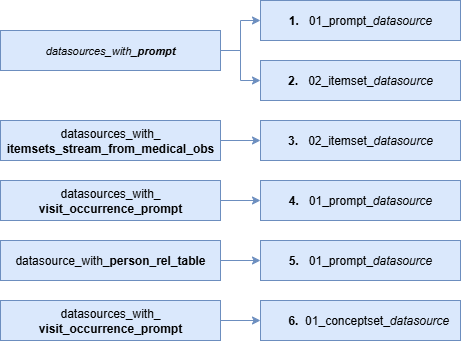
Before: instruction_v3/parameters.png, a diagram exported from draw.io (ARS-toscana/ConcePTIONAlgorithmPregnancies). Source tidied: cells renumbered, new cells last; positions are measured from the earlier drawing's top-left corner, leaving out a move shared by most shapes. Source of this version:
```xml
<mxGraphModel>
  <root>
    <mxCell id="0" />
    <mxCell id="1" parent="0" />
    <mxCell id="2" style="edgeStyle=orthogonalEdgeStyle;rounded=0;jettySize=auto;html=1;entryX=0;entryY=0.5;entryDx=0;entryDy=0;fillColor=#dae8fc;strokeColor=#6c8ebf;" parent="1" edge="1" source="4" target="5">
      <mxGeometry relative="1" as="geometry" />
    </mxCell>
    <mxCell id="3" style="edgeStyle=orthogonalEdgeStyle;rounded=0;jettySize=auto;html=1;exitX=1;exitY=0.5;exitDx=0;exitDy=0;entryX=0;entryY=0.5;entryDx=0;entryDy=0;fillColor=#dae8fc;strokeColor=#6c8ebf;" parent="1" edge="1" source="4" target="6">
      <mxGeometry relative="1" as="geometry" />
    </mxCell>
    <mxCell id="4" value="&lt;div&gt;&lt;i style=&quot;background-color: transparent; color: light-dark(rgb(0, 0, 0), rgb(255, 255, 255));&quot;&gt;&lt;font style=&quot;font-size: 11px;&quot;&gt;datasources_with_&lt;b&gt;prompt&lt;/b&gt;&lt;/font&gt;&lt;/i&gt;&lt;/div&gt;" style="rounded=0;whiteSpace=wrap;html=1;fillColor=#dae8fc;strokeColor=#6c8ebf;" parent="1" vertex="1">
      <mxGeometry y="30" width="220" height="40" as="geometry" />
    </mxCell>
    <mxCell id="5" value="&lt;b&gt;1.&lt;/b&gt;&amp;nbsp; &amp;nbsp;01_prompt_&lt;i&gt;datasource&lt;/i&gt;" style="rounded=0;whiteSpace=wrap;html=1;fillColor=#dae8fc;strokeColor=#6c8ebf;" parent="1" vertex="1">
      <mxGeometry x="260" width="200" height="40" as="geometry" />
    </mxCell>
    <mxCell id="6" value="&lt;b&gt;2.&lt;/b&gt;&amp;nbsp; &amp;nbsp;02_itemset_&lt;i&gt;datasource&lt;/i&gt;" style="rounded=0;whiteSpace=wrap;html=1;fillColor=#dae8fc;strokeColor=#6c8ebf;" parent="1" vertex="1">
      <mxGeometry x="260" y="60" width="200" height="40" as="geometry" />
    </mxCell>
    <mxCell id="7" style="edgeStyle=orthogonalEdgeStyle;rounded=0;jettySize=auto;html=1;entryX=0;entryY=0.5;entryDx=0;entryDy=0;fillColor=#dae8fc;strokeColor=#6c8ebf;" parent="1" edge="1" source="8" target="9">
      <mxGeometry relative="1" as="geometry" />
    </mxCell>
    <mxCell id="8" value="&lt;div&gt;datasources_with_&lt;/div&gt;&lt;div&gt;&lt;b&gt;itemsets_stream_from_medical_obs&lt;/b&gt;&lt;/div&gt;" style="rounded=0;whiteSpace=wrap;html=1;fillColor=#dae8fc;strokeColor=#6c8ebf;" parent="1" vertex="1">
      <mxGeometry y="120" width="220" height="40" as="geometry" />
    </mxCell>
    <mxCell id="9" value="&lt;b&gt;3.&lt;/b&gt;&amp;nbsp; &amp;nbsp;02_itemset_&lt;i&gt;datasource&lt;/i&gt;" style="rounded=0;whiteSpace=wrap;html=1;fillColor=#dae8fc;strokeColor=#6c8ebf;" parent="1" vertex="1">
      <mxGeometry x="260" y="120" width="200" height="40" as="geometry" />
    </mxCell>
    <mxCell id="10" style="edgeStyle=orthogonalEdgeStyle;rounded=0;jettySize=auto;html=1;entryX=0;entryY=0.5;entryDx=0;entryDy=0;fillColor=#dae8fc;strokeColor=#6c8ebf;" parent="1" edge="1" source="11" target="12">
      <mxGeometry relative="1" as="geometry" />
    </mxCell>
    <mxCell id="11" value="&lt;div&gt;datasources_with_&lt;/div&gt;&lt;div&gt;&lt;b&gt;visit_occurrence_prompt&lt;/b&gt;&lt;/div&gt;" style="rounded=0;whiteSpace=wrap;html=1;fillColor=#dae8fc;strokeColor=#6c8ebf;" parent="1" vertex="1">
      <mxGeometry y="180" width="220" height="40" as="geometry" />
    </mxCell>
    <mxCell id="12" value="&lt;b&gt;4.&amp;nbsp;&lt;/b&gt; &amp;nbsp;01_prompt_&lt;i&gt;datasource&lt;/i&gt;" style="rounded=0;whiteSpace=wrap;html=1;fillColor=#dae8fc;strokeColor=#6c8ebf;" parent="1" vertex="1">
      <mxGeometry x="260" y="180" width="200" height="40" as="geometry" />
    </mxCell>
    <mxCell id="13" style="edgeStyle=orthogonalEdgeStyle;rounded=0;jettySize=auto;html=1;entryX=0;entryY=0.5;entryDx=0;entryDy=0;fillColor=#dae8fc;strokeColor=#6c8ebf;" parent="1" edge="1" source="14" target="15">
      <mxGeometry relative="1" as="geometry" />
    </mxCell>
    <mxCell id="14" value="datasource_with_&lt;b style=&quot;background-color: transparent; color: light-dark(rgb(0, 0, 0), rgb(255, 255, 255));&quot;&gt;person_rel_table&lt;/b&gt;" style="rounded=0;whiteSpace=wrap;html=1;fillColor=#dae8fc;strokeColor=#6c8ebf;" parent="1" vertex="1">
      <mxGeometry y="240" width="220" height="40" as="geometry" />
    </mxCell>
    <mxCell id="15" value="&lt;b&gt;5.&amp;nbsp;&lt;/b&gt; &amp;nbsp;01_prompt_&lt;i&gt;datasource&lt;/i&gt;" style="rounded=0;whiteSpace=wrap;html=1;fillColor=#dae8fc;strokeColor=#6c8ebf;" parent="1" vertex="1">
      <mxGeometry x="260" y="240" width="200" height="40" as="geometry" />
    </mxCell>
    <mxCell id="16" style="edgeStyle=orthogonalEdgeStyle;rounded=0;jettySize=auto;html=1;entryX=0;entryY=0.5;entryDx=0;entryDy=0;fillColor=#dae8fc;strokeColor=#6c8ebf;" parent="1" edge="1" source="17" target="18">
      <mxGeometry relative="1" as="geometry" />
    </mxCell>
    <mxCell id="17" value="&lt;div&gt;datasources_with_&lt;/div&gt;&lt;div&gt;&lt;b&gt;visit_occurrence_prompt&lt;/b&gt;&lt;/div&gt;" style="rounded=0;whiteSpace=wrap;html=1;fillColor=#dae8fc;strokeColor=#6c8ebf;" parent="1" vertex="1">
      <mxGeometry y="300" width="220" height="40" as="geometry" />
    </mxCell>
    <mxCell id="18" value="&lt;b&gt;&amp;nbsp; &amp;nbsp; &amp;nbsp;6.&amp;nbsp;&lt;/b&gt;&amp;nbsp;01_conceptset_&lt;i&gt;datasource&lt;/i&gt;" style="rounded=0;whiteSpace=wrap;html=1;fillColor=#dae8fc;strokeColor=#6c8ebf;" parent="1" vertex="1">
      <mxGeometry x="260" y="300" width="200" height="40" as="geometry" />
    </mxCell>
  </root>
</mxGraphModel>
```
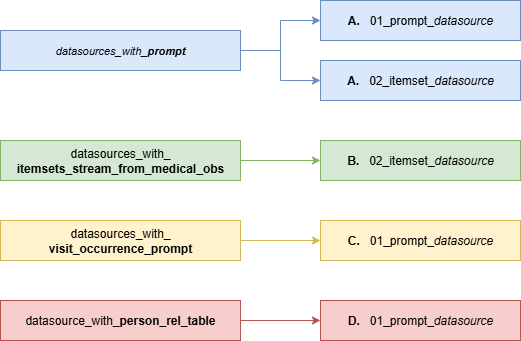
After the change.

The edit, as a diff of the source:
```diff
@@ -9,49 +9,40 @@
       <mxGeometry relative="1" as="geometry" />
     </mxCell>
     <mxCell id="4" value="&lt;div&gt;&lt;i style=&quot;background-color: transparent; color: light-dark(rgb(0, 0, 0), rgb(255, 255, 255));&quot;&gt;&lt;font style=&quot;font-size: 11px;&quot;&gt;datasources_with_&lt;b&gt;prompt&lt;/b&gt;&lt;/font&gt;&lt;/i&gt;&lt;/div&gt;" style="rounded=0;whiteSpace=wrap;html=1;fillColor=#dae8fc;strokeColor=#6c8ebf;" parent="1" vertex="1">
-      <mxGeometry y="30" width="220" height="40" as="geometry" />
+      <mxGeometry x="-20" y="30" width="240" height="40" as="geometry" />
     </mxCell>
-    <mxCell id="5" value="&lt;b&gt;1.&lt;/b&gt;&amp;nbsp; &amp;nbsp;01_prompt_&lt;i&gt;datasource&lt;/i&gt;" style="rounded=0;whiteSpace=wrap;html=1;fillColor=#dae8fc;strokeColor=#6c8ebf;" parent="1" vertex="1">
-      <mxGeometry x="260" width="200" height="40" as="geometry" />
+    <mxCell id="5" value="&lt;b&gt;A.&lt;/b&gt;&amp;nbsp; &amp;nbsp;01_prompt_&lt;i&gt;datasource&lt;/i&gt;" style="rounded=0;whiteSpace=wrap;html=1;fillColor=#dae8fc;strokeColor=#6c8ebf;" parent="1" vertex="1">
+      <mxGeometry x="300" width="200" height="40" as="geometry" />
     </mxCell>
-    <mxCell id="6" value="&lt;b&gt;2.&lt;/b&gt;&amp;nbsp; &amp;nbsp;02_itemset_&lt;i&gt;datasource&lt;/i&gt;" style="rounded=0;whiteSpace=wrap;html=1;fillColor=#dae8fc;strokeColor=#6c8ebf;" parent="1" vertex="1">
-      <mxGeometry x="260" y="60" width="200" height="40" as="geometry" />
+    <mxCell id="6" value="&lt;b&gt;A.&lt;/b&gt;&amp;nbsp; &amp;nbsp;02_itemset_&lt;i&gt;datasource&lt;/i&gt;" style="rounded=0;whiteSpace=wrap;html=1;fillColor=#dae8fc;strokeColor=#6c8ebf;" parent="1" vertex="1">
+      <mxGeometry x="300" y="60" width="200" height="40" as="geometry" />
     </mxCell>
-    <mxCell id="7" style="edgeStyle=orthogonalEdgeStyle;rounded=0;jettySize=auto;html=1;entryX=0;entryY=0.5;entryDx=0;entryDy=0;fillColor=#dae8fc;strokeColor=#6c8ebf;" parent="1" edge="1" source="8" target="9">
+    <mxCell id="7" style="edgeStyle=orthogonalEdgeStyle;rounded=0;jettySize=auto;html=1;entryX=0;entryY=0.5;entryDx=0;entryDy=0;fillColor=#d5e8d4;strokeColor=#82b366;" parent="1" edge="1" source="8" target="9">
       <mxGeometry relative="1" as="geometry" />
     </mxCell>
-    <mxCell id="8" value="&lt;div&gt;datasources_with_&lt;/div&gt;&lt;div&gt;&lt;b&gt;itemsets_stream_from_medical_obs&lt;/b&gt;&lt;/div&gt;" style="rounded=0;whiteSpace=wrap;html=1;fillColor=#dae8fc;strokeColor=#6c8ebf;" parent="1" vertex="1">
-      <mxGeometry y="120" width="220" height="40" as="geometry" />
+    <mxCell id="8" value="&lt;div&gt;datasources_with_&lt;/div&gt;&lt;div&gt;&lt;b&gt;itemsets_stream_from_medical_obs&lt;/b&gt;&lt;/div&gt;" style="rounded=0;whiteSpace=wrap;html=1;fillColor=#d5e8d4;strokeColor=#82b366;" parent="1" vertex="1">
+      <mxGeometry x="-20" y="140" width="240" height="40" as="geometry" />
     </mxCell>
-    <mxCell id="9" value="&lt;b&gt;3.&lt;/b&gt;&amp;nbsp; &amp;nbsp;02_itemset_&lt;i&gt;datasource&lt;/i&gt;" style="rounded=0;whiteSpace=wrap;html=1;fillColor=#dae8fc;strokeColor=#6c8ebf;" parent="1" vertex="1">
-      <mxGeometry x="260" y="120" width="200" height="40" as="geometry" />
+    <mxCell id="9" value="&lt;b&gt;B.&lt;/b&gt;&amp;nbsp; &amp;nbsp;02_itemset_&lt;i&gt;datasource&lt;/i&gt;" style="rounded=0;whiteSpace=wrap;html=1;fillColor=#d5e8d4;strokeColor=#82b366;" parent="1" vertex="1">
+      <mxGeometry x="300" y="140" width="200" height="40" as="geometry" />
     </mxCell>
-    <mxCell id="10" style="edgeStyle=orthogonalEdgeStyle;rounded=0;jettySize=auto;html=1;entryX=0;entryY=0.5;entryDx=0;entryDy=0;fillColor=#dae8fc;strokeColor=#6c8ebf;" parent="1" edge="1" source="11" target="12">
+    <mxCell id="10" style="edgeStyle=orthogonalEdgeStyle;rounded=0;jettySize=auto;html=1;entryX=0;entryY=0.5;entryDx=0;entryDy=0;fillColor=#fff2cc;strokeColor=#d6b656;" parent="1" edge="1" source="11" target="12">
       <mxGeometry relative="1" as="geometry" />
     </mxCell>
-    <mxCell id="11" value="&lt;div&gt;datasources_with_&lt;/div&gt;&lt;div&gt;&lt;b&gt;visit_occurrence_prompt&lt;/b&gt;&lt;/div&gt;" style="rounded=0;whiteSpace=wrap;html=1;fillColor=#dae8fc;strokeColor=#6c8ebf;" parent="1" vertex="1">
-      <mxGeometry y="180" width="220" height="40" as="geometry" />
+    <mxCell id="11" value="&lt;div&gt;datasources_with_&lt;/div&gt;&lt;div&gt;&lt;b&gt;visit_occurrence_prompt&lt;/b&gt;&lt;/div&gt;" style="rounded=0;whiteSpace=wrap;html=1;fillColor=#fff2cc;strokeColor=#d6b656;" parent="1" vertex="1">
+      <mxGeometry x="-20" y="220" width="240" height="40" as="geometry" />
     </mxCell>
-    <mxCell id="12" value="&lt;b&gt;4.&amp;nbsp;&lt;/b&gt; &amp;nbsp;01_prompt_&lt;i&gt;datasource&lt;/i&gt;" style="rounded=0;whiteSpace=wrap;html=1;fillColor=#dae8fc;strokeColor=#6c8ebf;" parent="1" vertex="1">
-      <mxGeometry x="260" y="180" width="200" height="40" as="geometry" />
+    <mxCell id="12" value="&lt;b&gt;C.&amp;nbsp;&lt;/b&gt; &amp;nbsp;01_prompt_&lt;i&gt;datasource&lt;/i&gt;" style="rounded=0;whiteSpace=wrap;html=1;fillColor=#fff2cc;strokeColor=#d6b656;" parent="1" vertex="1">
+      <mxGeometry x="300" y="220" width="200" height="40" as="geometry" />
     </mxCell>
-    <mxCell id="13" style="edgeStyle=orthogonalEdgeStyle;rounded=0;jettySize=auto;html=1;entryX=0;entryY=0.5;entryDx=0;entryDy=0;fillColor=#dae8fc;strokeColor=#6c8ebf;" parent="1" edge="1" source="14" target="15">
+    <mxCell id="13" style="edgeStyle=orthogonalEdgeStyle;rounded=0;jettySize=auto;html=1;entryX=0;entryY=0.5;entryDx=0;entryDy=0;fillColor=#f8cecc;strokeColor=#b85450;" parent="1" edge="1" source="14" target="15">
       <mxGeometry relative="1" as="geometry" />
     </mxCell>
-    <mxCell id="14" value="datasource_with_&lt;b style=&quot;background-color: transparent; color: light-dark(rgb(0, 0, 0), rgb(255, 255, 255));&quot;&gt;person_rel_table&lt;/b&gt;" style="rounded=0;whiteSpace=wrap;html=1;fillColor=#dae8fc;strokeColor=#6c8ebf;" parent="1" vertex="1">
-      <mxGeometry y="240" width="220" height="40" as="geometry" />
+    <mxCell id="14" value="datasource_with_&lt;b style=&quot;background-color: transparent; color: light-dark(rgb(0, 0, 0), rgb(255, 255, 255));&quot;&gt;person_rel_table&lt;/b&gt;" style="rounded=0;whiteSpace=wrap;html=1;fillColor=#f8cecc;strokeColor=#b85450;" parent="1" vertex="1">
+      <mxGeometry x="-20" y="300" width="240" height="40" as="geometry" />
     </mxCell>
-    <mxCell id="15" value="&lt;b&gt;5.&amp;nbsp;&lt;/b&gt; &amp;nbsp;01_prompt_&lt;i&gt;datasource&lt;/i&gt;" style="rounded=0;whiteSpace=wrap;html=1;fillColor=#dae8fc;strokeColor=#6c8ebf;" parent="1" vertex="1">
-      <mxGeometry x="260" y="240" width="200" height="40" as="geometry" />
+    <mxCell id="15" value="&lt;b&gt;D.&amp;nbsp;&lt;/b&gt; &amp;nbsp;01_prompt_&lt;i&gt;datasource&lt;/i&gt;" style="rounded=0;whiteSpace=wrap;html=1;fillColor=#f8cecc;strokeColor=#b85450;" parent="1" vertex="1">
+      <mxGeometry x="300" y="300" width="200" height="40" as="geometry" />
     </mxCell>
-    <mxCell id="16" style="edgeStyle=orthogonalEdgeStyle;rounded=0;jettySize=auto;html=1;entryX=0;entryY=0.5;entryDx=0;entryDy=0;fillColor=#dae8fc;strokeColor=#6c8ebf;" parent="1" edge="1" source="17" target="18">
-      <mxGeometry relative="1" as="geometry" />
-    </mxCell>
-    <mxCell id="17" value="&lt;div&gt;datasources_with_&lt;/div&gt;&lt;div&gt;&lt;b&gt;visit_occurrence_prompt&lt;/b&gt;&lt;/div&gt;" style="rounded=0;whiteSpace=wrap;html=1;fillColor=#dae8fc;strokeColor=#6c8ebf;" parent="1" vertex="1">
-      <mxGeometry y="300" width="220" height="40" as="geometry" />
-    </mxCell>
-    <mxCell id="18" value="&lt;b&gt;&amp;nbsp; &amp;nbsp; &amp;nbsp;6.&amp;nbsp;&lt;/b&gt;&amp;nbsp;01_conceptset_&lt;i&gt;datasource&lt;/i&gt;" style="rounded=0;whiteSpace=wrap;html=1;fillColor=#dae8fc;strokeColor=#6c8ebf;" parent="1" vertex="1">
-      <mxGeometry x="260" y="300" width="200" height="40" as="geometry" />
-    </mxCell>
   </root>
 </mxGraphModel>
```
